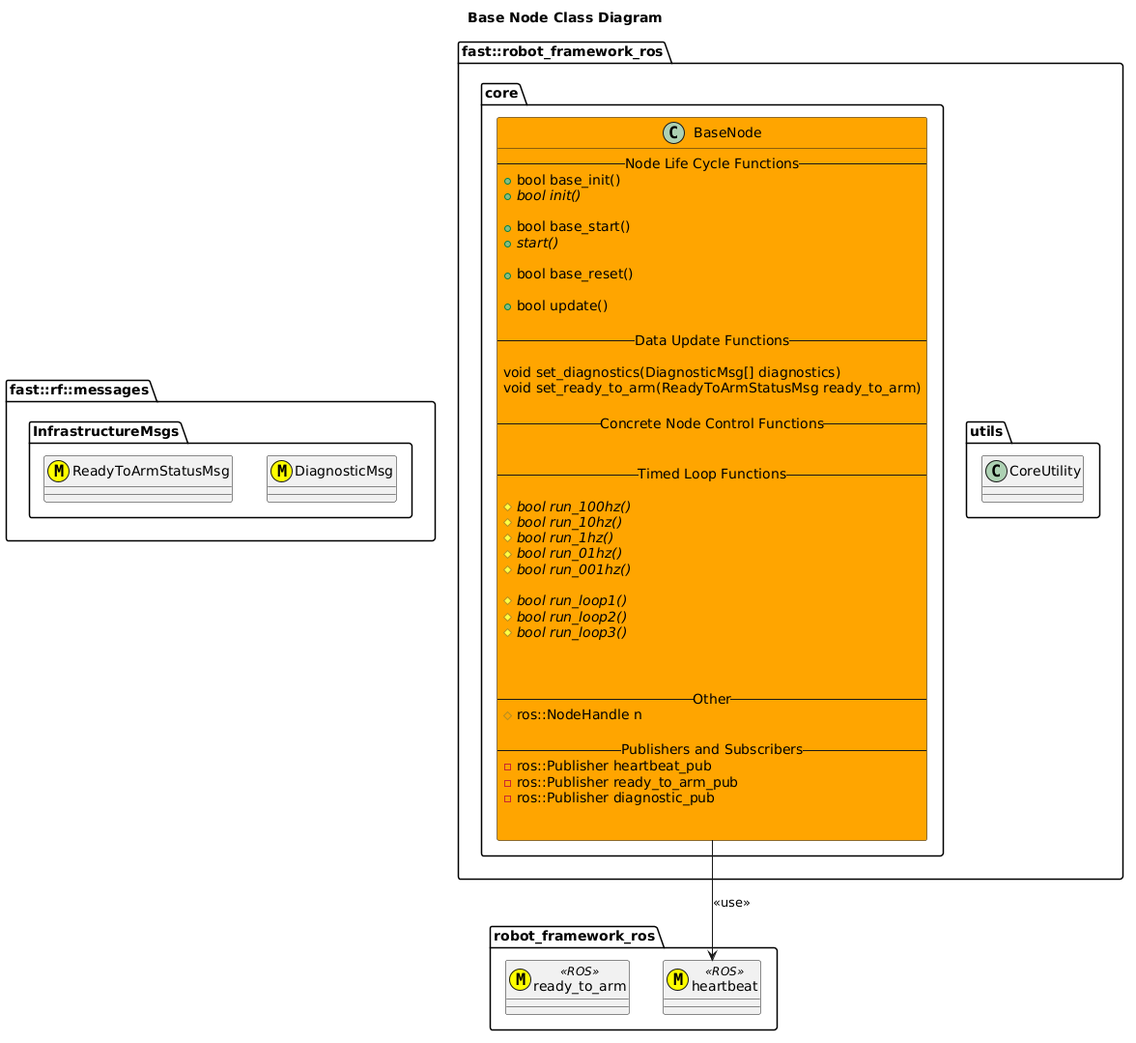
fastrobotics/robot_framework_ros keeps this PlantUML diagram as include/robot_framework_ros/doc/puml/BaseNodeClassDiagram.png. Above is the earlier version.
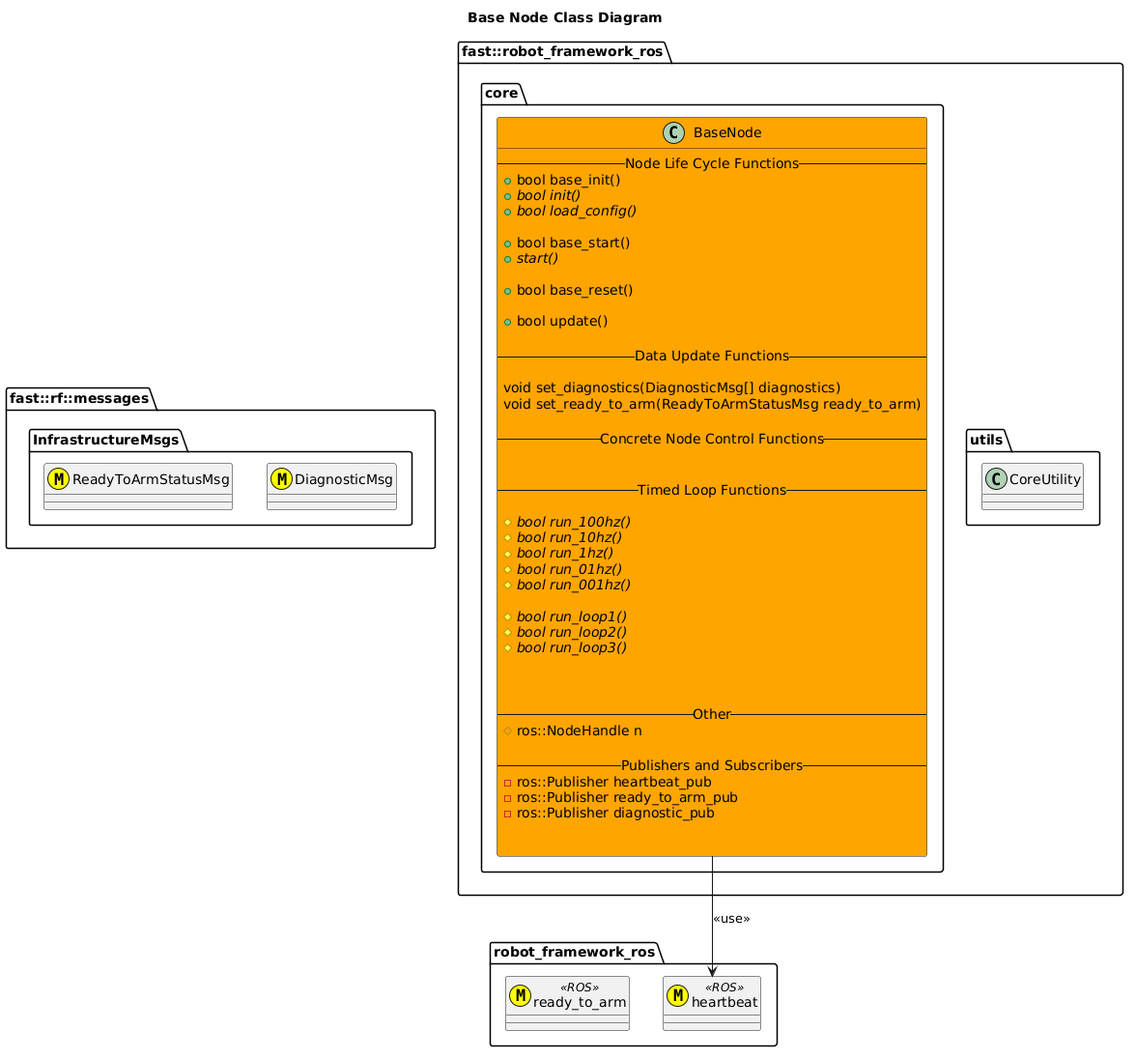
After the commit.

The edit, as a diff of the source:
```diff
@@ -19,6 +19,7 @@
             --Node Life Cycle Functions--
             +bool base_init()
             +{abstract} bool init()
+            +{abstract} bool load_config()
 
             +bool base_start()
             +{abstract} start()
```
